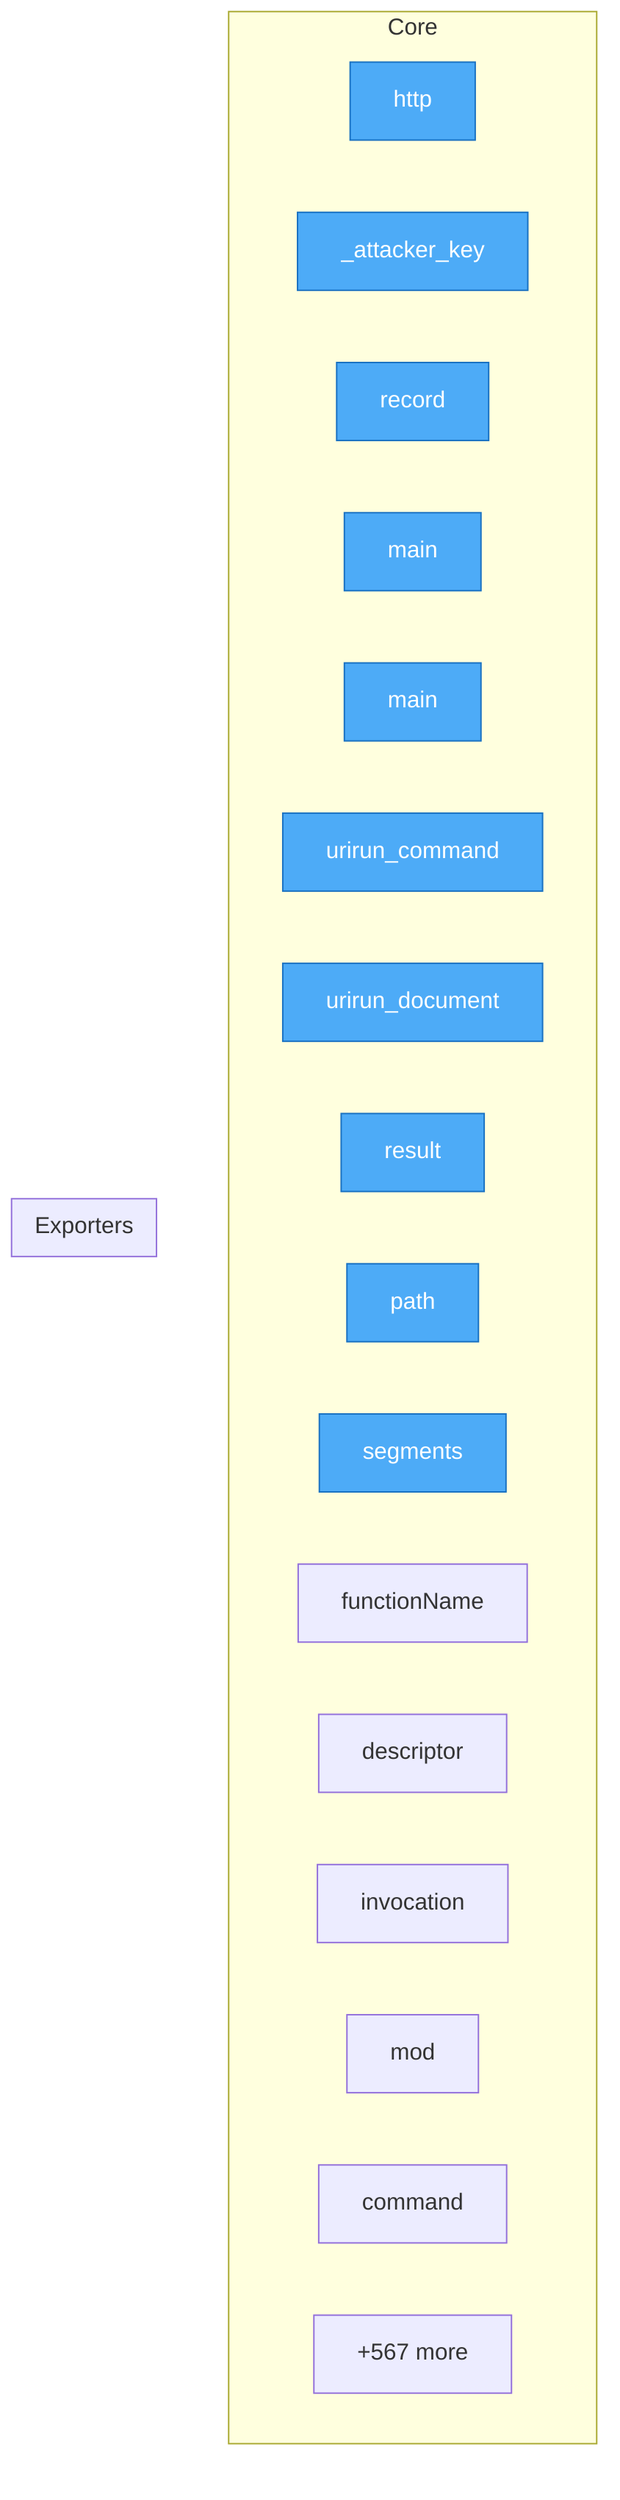
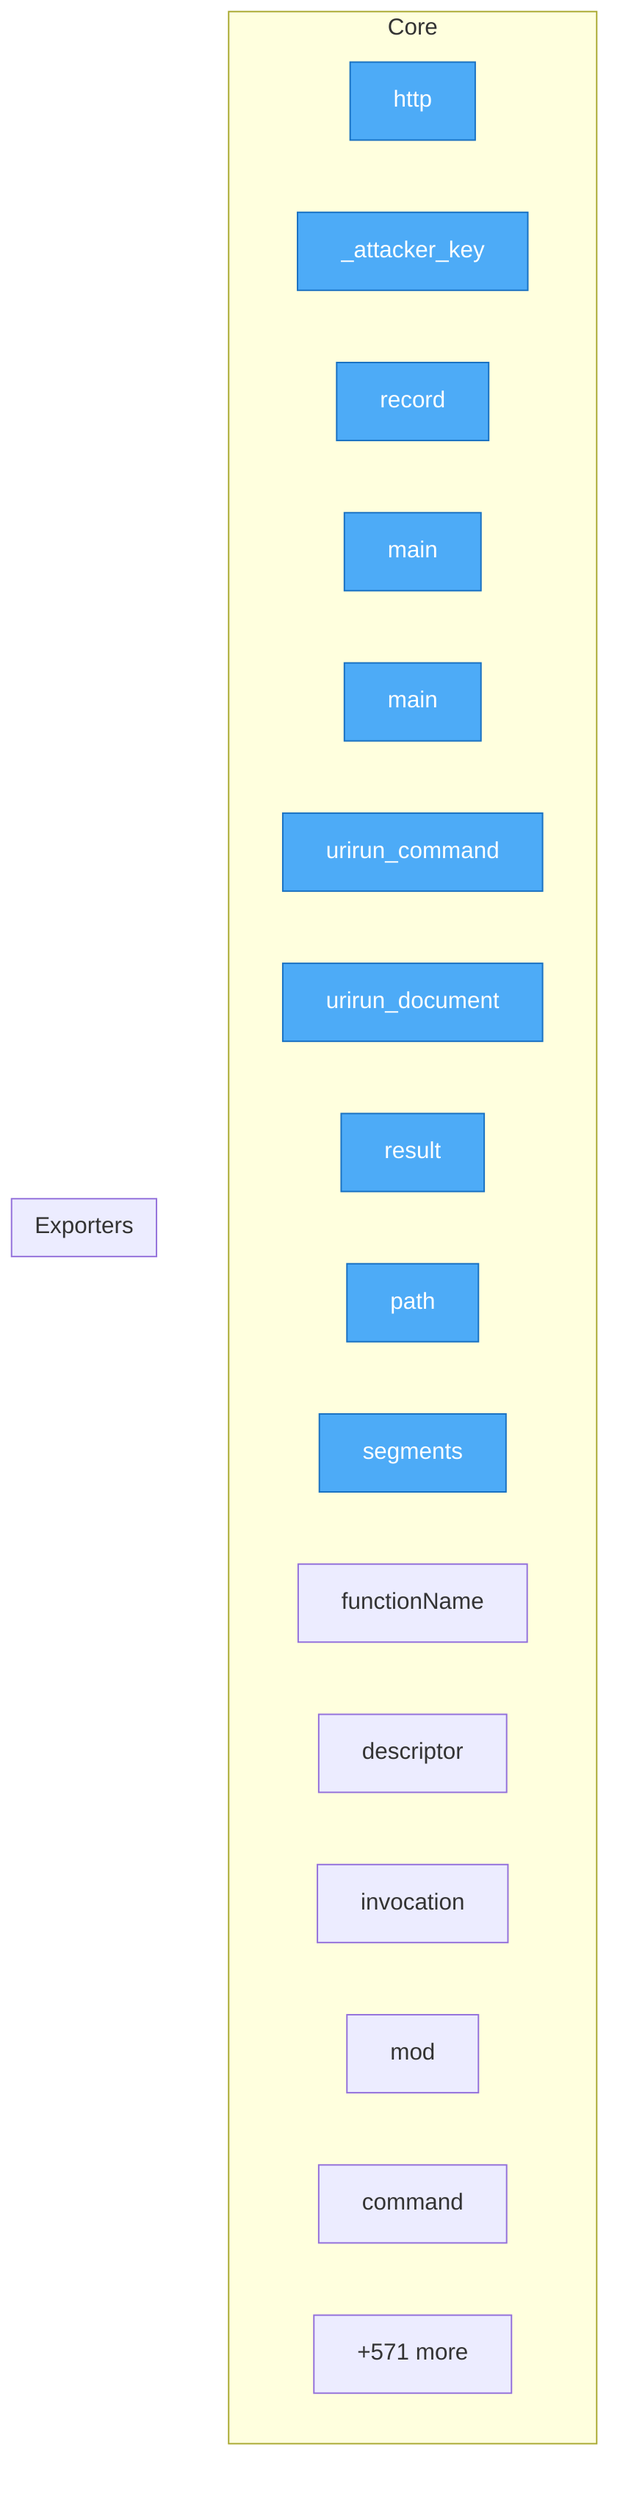
flowchart TD
- %% generated in 0.04s
+ %% generated in 0.06s

    %% Entry points (blue)
    classDef entry fill:#4dabf7,stroke:#1971c2,color:#fff

    subgraph Core
        security__mesh_probe__probe__http["http"]
        security__mesh_probe__probe___attacker_key["_attacker_key"]
        security__mesh_probe__probe__record["record"]
        adapters__conformance__main["main"]
        adapters__new_connector__main["main"]
        adapters__bash__urirun__urirun_command["urirun_command"]
        adapters__bash__urirun__urirun_document["urirun_document"]
        adapters__js__index__test__result["result"]
        adapters__js__path["path"]
        adapters__js__segments["segments"]
        adapters__js__functionName["functionName"]
        adapters__js__descriptor["descriptor"]
        adapters__js__invocation["invocation"]
        adapters__js__mod["mod"]
        adapters__java__Urirun__Urirun__command["command"]
-         ...["+567 more"]
+         ...["+571 more"]
    end

    subgraph Exporters
    end

    class security__mesh_probe__probe__http,security__mesh_probe__probe___attacker_key,security__mesh_probe__probe__record,adapters__conformance__main,adapters__new_connector__main,adapters__bash__urirun__urirun_command,adapters__bash__urirun__urirun_document,adapters__js__index__test__result,adapters__js__path,adapters__js__segments entry
